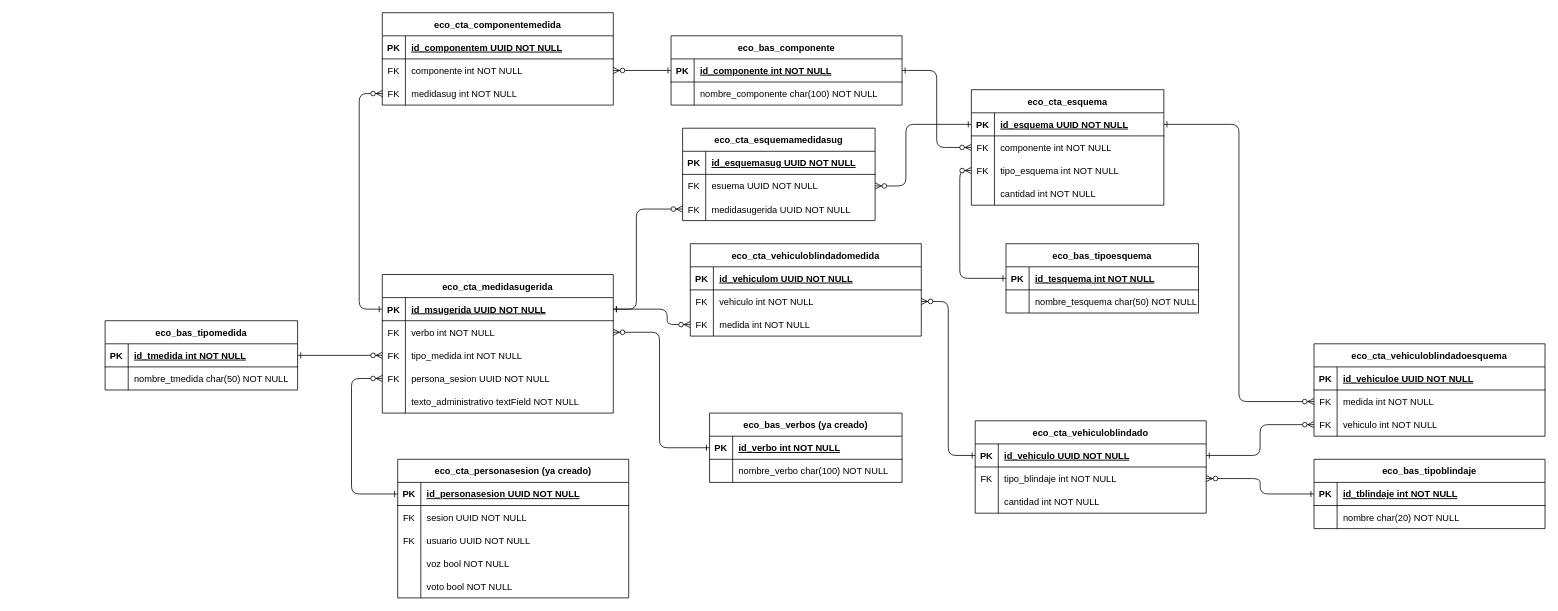
Earlier version of the draw.io diagram DER_Medidas.drawio (HanaPinilla/Diagramas-DB). Source tidied: cells renumbered, new cells numbered last; positions are measured from the earlier drawing's top-left corner, leaving out a move shared by most shapes. Both pictures are drawn from the tidied source at 77%, with x=0, y=0 at pixel (105, 12).
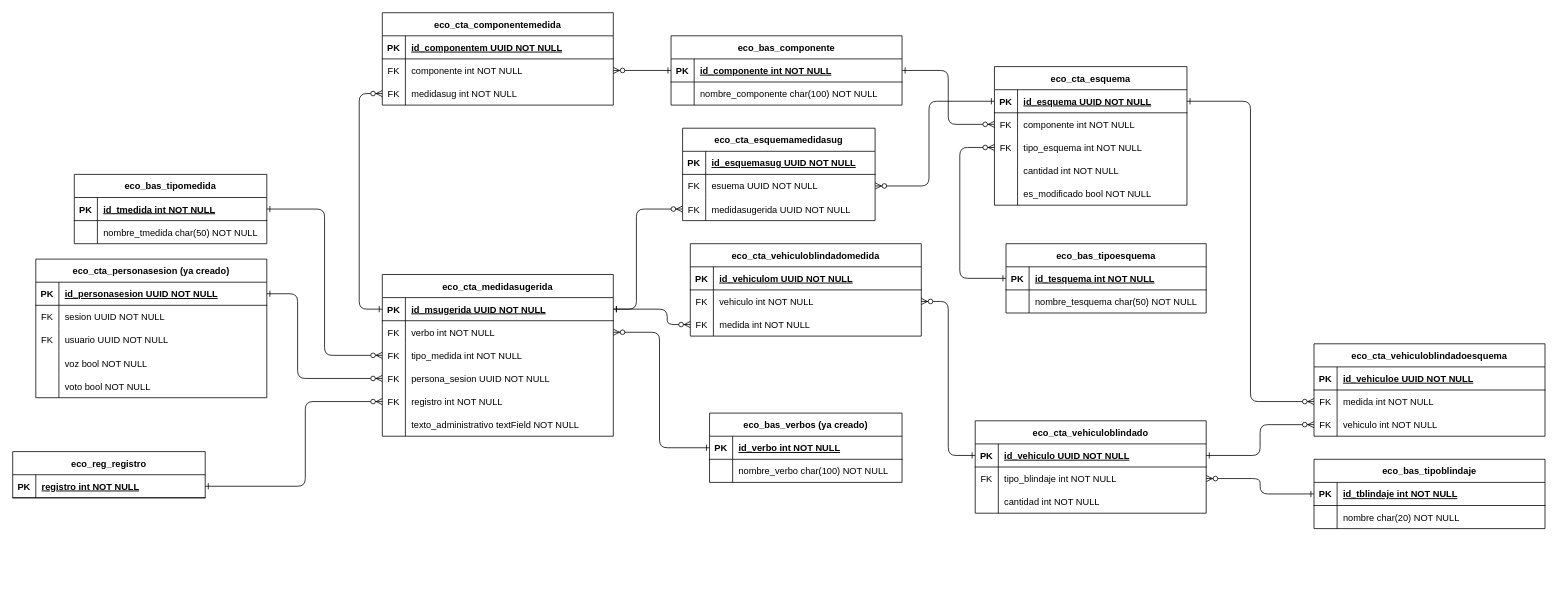
After the change.

Unchanged cells that the change refers to:
```xml
<mxCell id="31" style="shape=partialRectangle;fillColor=none;points=[[0,0.5],[1,0.5]];portConstraint=eastwest;top=0;left=0;right=0;bottom=1;" parent="30" vertex="1">
  <mxGeometry y="30" width="250" height="30" as="geometry" />
</mxCell>
<mxCell id="37" style="shape=partialRectangle;fillColor=none;points=[[0,0.5],[1,0.5]];portConstraint=eastwest;top=0;left=0;right=0;bottom=0;" parent="30" vertex="1">
  <mxGeometry y="90" width="250" height="30" as="geometry" />
</mxCell>
<mxCell id="95" style="shape=partialRectangle;fillColor=none;points=[[0,0.5],[1,0.5]];portConstraint=eastwest;top=0;left=0;right=0;bottom=0;" parent="85" vertex="1">
  <mxGeometry y="120" width="300" height="30" as="geometry" />
</mxCell>
<mxCell id="98" style="shape=partialRectangle;fillColor=none;points=[[0,0.5],[1,0.5]];portConstraint=eastwest;top=0;left=0;right=0;bottom=0;" parent="85" vertex="1">
  <mxGeometry y="150" width="300" height="30" as="geometry" />
</mxCell>
<mxCell id="102" style="shape=partialRectangle;fillColor=none;points=[[0,0.5],[1,0.5]];portConstraint=eastwest;top=0;left=0;right=0;bottom=1;" parent="101" vertex="1">
  <mxGeometry y="30" width="300" height="30" as="geometry" />
</mxCell>
<mxCell id="122" style="shape=partialRectangle;fillColor=none;points=[[0,0.5],[1,0.5]];portConstraint=eastwest;top=0;left=0;right=0;bottom=0;" parent="118" vertex="1">
  <mxGeometry y="60" width="250" height="30" as="geometry" />
</mxCell>
```

What changed in the source:
```diff
@@
     <mxCell id="9" value="eco_bas_tipomedida" style="shape=table;startSize=30;childLayout=tableLayout;rowLines=0;fontStyle=1;align=center;" parent="1" vertex="1">
-      <mxGeometry y="400" width="250" height="90" as="geometry" />
+      <mxGeometry x="-40" y="210" width="250" height="90" as="geometry" />
     </mxCell>
@@
     <mxCell id="23" value="eco_bas_tipoesquema" style="shape=table;startSize=30;childLayout=tableLayout;rowLines=0;fontStyle=1;align=center;" parent="1" vertex="1">
-      <mxGeometry x="1170" y="300" width="250" height="90" as="geometry" />
+      <mxGeometry x="1170" y="300" width="260" height="90" as="geometry" />
     </mxCell>
     <mxCell id="24" style="shape=partialRectangle;fillColor=none;points=[[0,0.5],[1,0.5]];portConstraint=eastwest;top=0;left=0;right=0;bottom=1;" parent="23" vertex="1">
-      <mxGeometry y="30" width="250" height="30" as="geometry" />
+      <mxGeometry y="30" width="260" height="30" as="geometry" />
     </mxCell>
@@
     <mxCell id="26" value="id_tesquema int NOT NULL " style="shape=partialRectangle;overflow=hidden;fillColor=none;top=0;left=0;bottom=0;right=0;align=left;spacingLeft=6;fontStyle=5;" parent="24" vertex="1">
-      <mxGeometry x="30" width="220" height="30" as="geometry" />
+      <mxGeometry x="30" width="230" height="30" as="geometry" />
     </mxCell>
     <mxCell id="27" style="shape=partialRectangle;fillColor=none;top=0;left=0;right=0;bottom=0;" parent="23" vertex="1">
-      <mxGeometry y="60" width="250" height="30" as="geometry" />
+      <mxGeometry y="60" width="260" height="30" as="geometry" />
     </mxCell>
@@
     <mxCell id="29" value="nombre_tesquema char(50) NOT NULL" style="shape=partialRectangle;overflow=hidden;fillColor=none;top=0;left=0;bottom=0;right=0;align=left;spacingLeft=6;" parent="27" vertex="1">
-      <mxGeometry x="30" width="220" height="30" as="geometry" />
+      <mxGeometry x="30" width="230" height="30" as="geometry" />
     </mxCell>
     <mxCell id="30" value="eco_cta_esquema" style="shape=table;startSize=30;childLayout=tableLayout;rowLines=0;fontStyle=1;align=center;" parent="1" vertex="1">
-      <mxGeometry x="1125" y="100" width="250" height="150" as="geometry" />
+      <mxGeometry x="1155" y="70" width="250" height="180" as="geometry" />
     </mxCell>
@@
+    <mxCell id="146" style="shape=partialRectangle;fillColor=none;top=0;left=0;right=0;bottom=0;" parent="30" vertex="1">
+      <mxGeometry y="150" width="250" height="30" as="geometry" />
+    </mxCell>
+    <mxCell id="147" style="shape=partialRectangle;overflow=hidden;fillColor=none;top=0;left=0;bottom=0;right=0;" parent="146" vertex="1">
+      <mxGeometry width="30" height="30" as="geometry" />
+    </mxCell>
+    <mxCell id="148" value="es_modificado bool NOT NULL" style="shape=partialRectangle;overflow=hidden;fillColor=none;top=0;left=0;bottom=0;right=0;align=left;spacingLeft=6;" parent="146" vertex="1">
+      <mxGeometry x="30" width="220" height="30" as="geometry" />
+    </mxCell>
     <mxCell id="43" style="edgeStyle=orthogonalEdgeStyle;endArrow=ERzeroToMany;startArrow=ERone;endFill=1;startFill=0;" parent="1" edge="1" source="24" target="37">
       <mxGeometry relative="1" as="geometry">
         <Array as="points">
           <mxPoint x="1110" y="345" />
-          <mxPoint x="1110" y="205" />
+          <mxPoint x="1110" y="175" />
         </Array>
       </mxGeometry>
     </mxCell>
@@
     <mxCell id="85" value="eco_cta_medidasugerida" style="shape=table;startSize=30;childLayout=tableLayout;rowLines=0;fontStyle=1;align=center;" parent="1" vertex="1">
-      <mxGeometry x="360" y="340" width="300" height="180" as="geometry" />
+      <mxGeometry x="360" y="340" width="300" height="210" as="geometry" />
     </mxCell>
@@
-    <mxCell id="99" style="shape=partialRectangle;overflow=hidden;fillColor=none;top=0;left=0;bottom=0;right=0;" parent="98" vertex="1">
+    <mxCell id="99" value="FK" style="shape=partialRectangle;overflow=hidden;fillColor=none;top=0;left=0;bottom=0;right=0;" parent="98" vertex="1">
       <mxGeometry width="30" height="30" as="geometry" />
     </mxCell>
-    <mxCell id="100" value="texto_administrativo textField NOT NULL" style="shape=partialRectangle;overflow=hidden;fillColor=none;top=0;left=0;bottom=0;right=0;align=left;spacingLeft=6;" parent="98" vertex="1">
+    <mxCell id="100" value="registro int NOT NULL" style="shape=partialRectangle;overflow=hidden;fillColor=none;top=0;left=0;bottom=0;right=0;align=left;spacingLeft=6;" parent="98" vertex="1">
       <mxGeometry x="30" width="270" height="30" as="geometry" />
     </mxCell>
+    <mxCell id="149" style="shape=partialRectangle;fillColor=none;top=0;left=0;right=0;bottom=0;" parent="85" vertex="1">
+      <mxGeometry y="180" width="300" height="30" as="geometry" />
+    </mxCell>
+    <mxCell id="150" style="shape=partialRectangle;overflow=hidden;fillColor=none;top=0;left=0;bottom=0;right=0;" parent="149" vertex="1">
+      <mxGeometry width="30" height="30" as="geometry" />
+    </mxCell>
+    <mxCell id="151" value="texto_administrativo textField NOT NULL" style="shape=partialRectangle;overflow=hidden;fillColor=none;top=0;left=0;bottom=0;right=0;align=left;spacingLeft=6;" parent="149" vertex="1">
+      <mxGeometry x="30" width="270" height="30" as="geometry" />
+    </mxCell>
     <mxCell id="101" value="eco_cta_personasesion (ya creado)" style="shape=table;startSize=30;childLayout=tableLayout;rowLines=0;fontStyle=1;align=center;" parent="1" vertex="1">
-      <mxGeometry x="380" y="580" width="300" height="180" as="geometry" />
+      <mxGeometry x="-90" y="320" width="300" height="180" as="geometry" />
     </mxCell>
@@
     <mxCell id="128" style="edgeStyle=orthogonalEdgeStyle;endArrow=ERzeroToMany;startArrow=ERone;endFill=1;startFill=0;" parent="1" edge="1" source="31" target="122">
       <mxGeometry relative="1" as="geometry">
         <Array as="points">
-          <mxPoint x="1040" y="145" />
-          <mxPoint x="1040" y="225" />
+          <mxPoint x="1070" y="115" />
+          <mxPoint x="1070" y="225" />
         </Array>
       </mxGeometry>
     </mxCell>
@@
     <mxCell id="142" style="edgeStyle=orthogonalEdgeStyle;endArrow=ERzeroToMany;startArrow=ERone;endFill=1;startFill=0;" parent="1" edge="1" source="102" target="95">
       <mxGeometry relative="1" as="geometry">
         <Array as="points">
-          <mxPoint x="320" y="625" />
-          <mxPoint x="320" y="475" />
+          <mxPoint x="250" y="365" />
+          <mxPoint x="250" y="475" />
         </Array>
       </mxGeometry>
     </mxCell>
@@
+    <mxCell id="152" value="eco_reg_registro" style="shape=table;startSize=30;childLayout=tableLayout;rowLines=0;fontStyle=1;align=center;" parent="1" vertex="1">
+      <mxGeometry x="-120" y="570" width="250" height="60" as="geometry" />
+    </mxCell>
+    <mxCell id="153" style="shape=partialRectangle;fillColor=none;points=[[0,0.5],[1,0.5]];portConstraint=eastwest;top=0;left=0;right=0;bottom=1;" parent="152" vertex="1">
+      <mxGeometry y="30" width="250" height="30" as="geometry" />
+    </mxCell>
+    <mxCell id="154" value="PK" style="shape=partialRectangle;overflow=hidden;fillColor=none;top=0;left=0;bottom=0;right=0;fontStyle=1;" parent="153" vertex="1">
+      <mxGeometry width="30" height="30" as="geometry" />
+    </mxCell>
+    <mxCell id="155" value="registro int NOT NULL " style="shape=partialRectangle;overflow=hidden;fillColor=none;top=0;left=0;bottom=0;right=0;align=left;spacingLeft=6;fontStyle=5;" parent="153" vertex="1">
+      <mxGeometry x="30" width="220" height="30" as="geometry" />
+    </mxCell>
+    <mxCell id="156" style="edgeStyle=orthogonalEdgeStyle;endArrow=ERzeroToMany;startArrow=ERone;endFill=1;startFill=0;" parent="1" edge="1" source="153" target="98">
+      <mxGeometry relative="1" as="geometry">
+        <Array as="points">
+          <mxPoint x="260" y="615" />
+          <mxPoint x="260" y="505" />
+        </Array>
+      </mxGeometry>
+    </mxCell>
```
